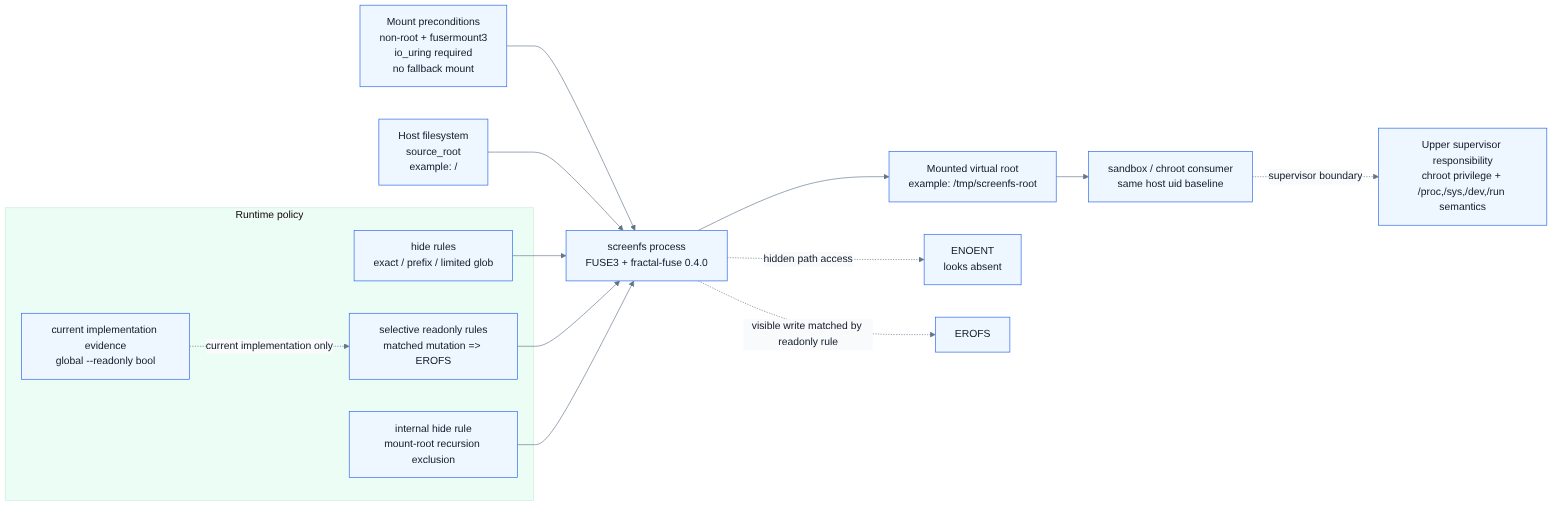
Earlier version of the Mermaid export docs/diagrams/system-context.png (spi-ca/screenfs). Its source is kept beside it as docs/diagrams/system-context.mmd.
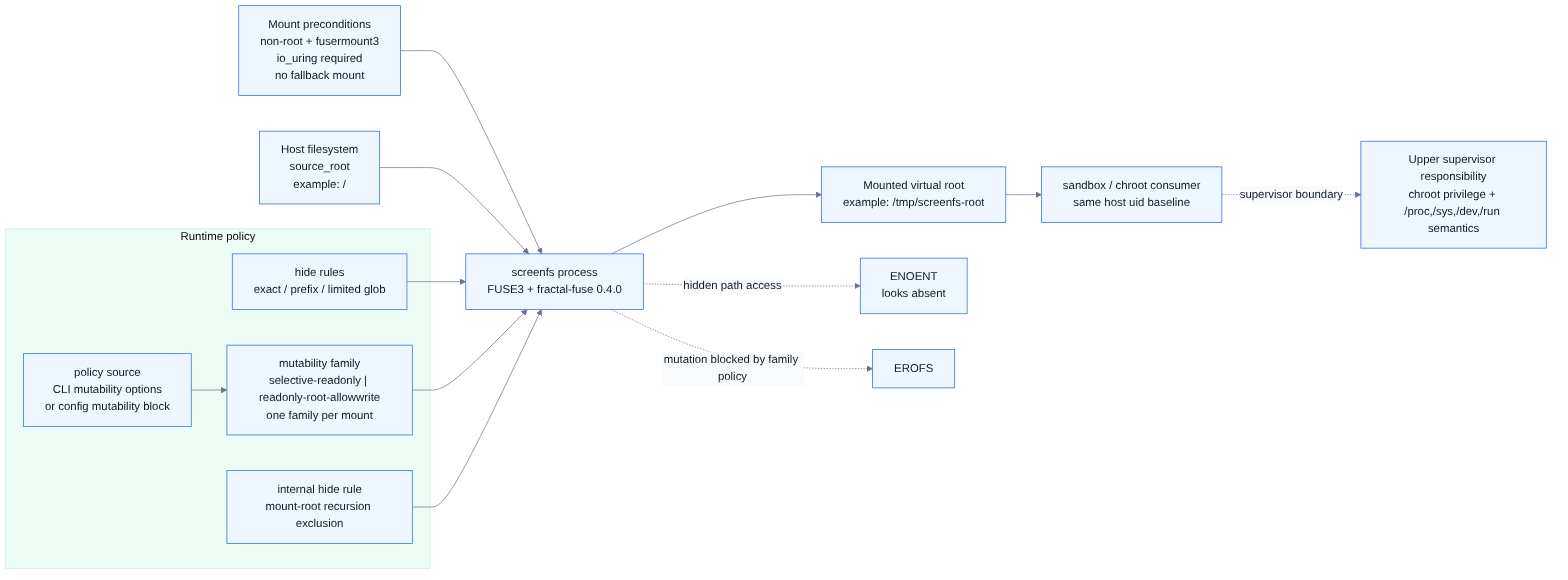
The same file after the commit.

What changed in the source:
```diff
@@ -4,14 +4,14 @@
 
     subgraph policy["Runtime policy"]
         hide["hide rules\nexact / prefix / limited glob"]
-        ro["selective readonly rules\nmatched mutation => EROFS"]
-        impl["current implementation evidence\nglobal --readonly bool"]
+        family["mutability family\nselective-readonly | readonly-root-allowwrite\none family per mount"]
+        config["policy source\nCLI mutability options\nor config mutability block"]
         internal["internal hide rule\nmount-root recursion exclusion"]
     end
 
     hide --> mount
-    ro --> mount
-    impl -. current implementation only .-> ro
+    family --> mount
+    config --> family
     internal --> mount
 
     mount --> view["Mounted virtual root\nexample: /tmp/screenfs-root"]
@@ -19,4 +19,4 @@
     sandbox -. supervisor boundary .-> sup["Upper supervisor responsibility\nchroot privilege + /proc,/sys,/dev,/run semantics"]
 
     mount -. hidden path access .-> enoent["ENOENT\nlooks absent"]
-    mount -. visible write matched by readonly rule .-> erofs["EROFS"]
+    mount -. mutation blocked by family policy .-> erofs["EROFS"]
```
